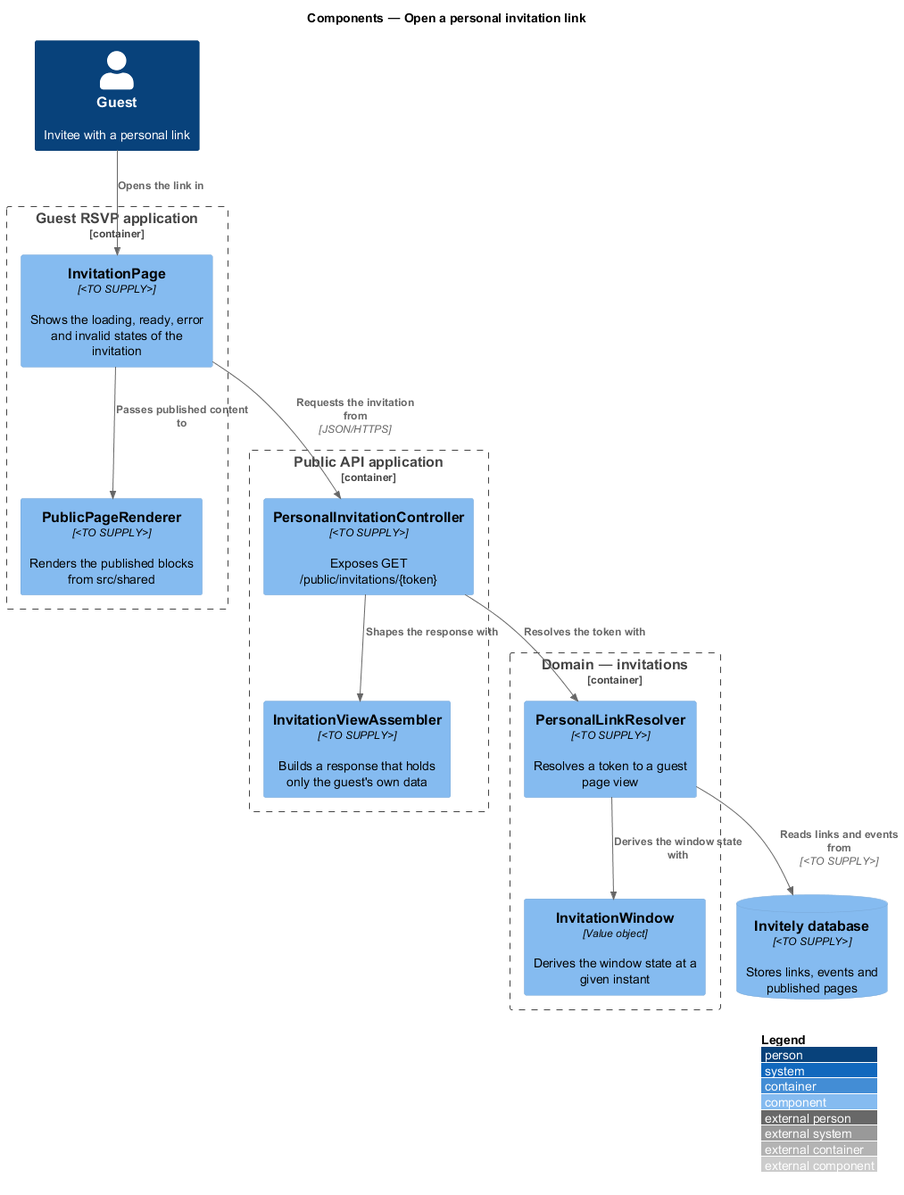
Before: docs/detailed-designs/rsvp/open-personal-invitation/diagrams/c4-component.png, a diagram exported from PlantUML (QuinntyneBrown/rsvp-cms).
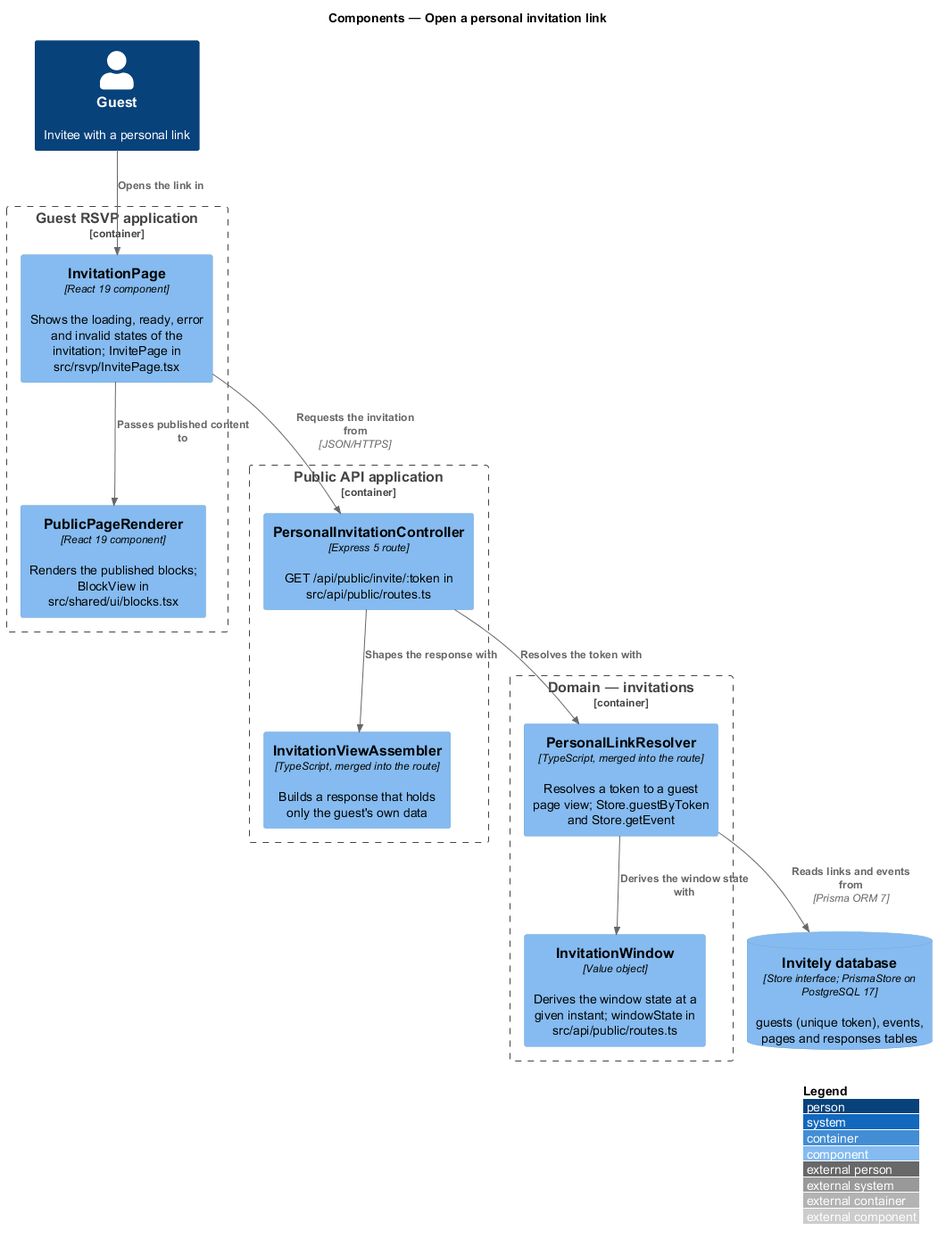
After the commit.

What changed in the source:
```diff
@@ -5,23 +5,23 @@
 
 Person(guest, "Guest", "Invitee with a personal link")
 Container_Boundary(rsvp, "Guest RSVP application") {
-  Component(page, "InvitationPage", "<TO SUPPLY>", "Shows the loading, ready, error and invalid states of the invitation")
-  Component(renderer, "PublicPageRenderer", "<TO SUPPLY>", "Renders the published blocks from src/shared")
+  Component(page, "InvitationPage", "React 19 component", "Shows the loading, ready, error and invalid states of the invitation; InvitePage in src/rsvp/InvitePage.tsx")
+  Component(renderer, "PublicPageRenderer", "React 19 component", "Renders the published blocks; BlockView in src/shared/ui/blocks.tsx")
 }
 Container_Boundary(publicApi, "Public API application") {
-  Component(ctrl, "PersonalInvitationController", "<TO SUPPLY>", "Exposes GET /public/invitations/{token}")
-  Component(assembler, "InvitationViewAssembler", "<TO SUPPLY>", "Builds a response that holds only the guest's own data")
+  Component(ctrl, "PersonalInvitationController", "Express 5 route", "GET /api/public/invite/:token in src/api/public/routes.ts")
+  Component(assembler, "InvitationViewAssembler", "TypeScript, merged into the route", "Builds a response that holds only the guest's own data")
 }
 Container_Boundary(domain, "Domain — invitations") {
-  Component(resolver, "PersonalLinkResolver", "<TO SUPPLY>", "Resolves a token to a guest page view")
-  Component(window, "InvitationWindow", "Value object", "Derives the window state at a given instant")
+  Component(resolver, "PersonalLinkResolver", "TypeScript, merged into the route", "Resolves a token to a guest page view; Store.guestByToken and Store.getEvent")
+  Component(window, "InvitationWindow", "Value object", "Derives the window state at a given instant; windowState in src/api/public/routes.ts")
 }
-ComponentDb(db, "Invitely database", "<TO SUPPLY>", "Stores links, events and published pages")
+ComponentDb(db, "Invitely database", "Store interface; PrismaStore on PostgreSQL 17", "guests (unique token), events, pages and responses tables")
 Rel(guest, page, "Opens the link in")
 Rel(page, renderer, "Passes published content to")
 Rel(page, ctrl, "Requests the invitation from", "JSON/HTTPS")
 Rel(ctrl, resolver, "Resolves the token with")
 Rel(ctrl, assembler, "Shapes the response with")
 Rel(resolver, window, "Derives the window state with")
-Rel(resolver, db, "Reads links and events from", "<TO SUPPLY>")
+Rel(resolver, db, "Reads links and events from", "Prisma ORM 7")
 @enduml
```
